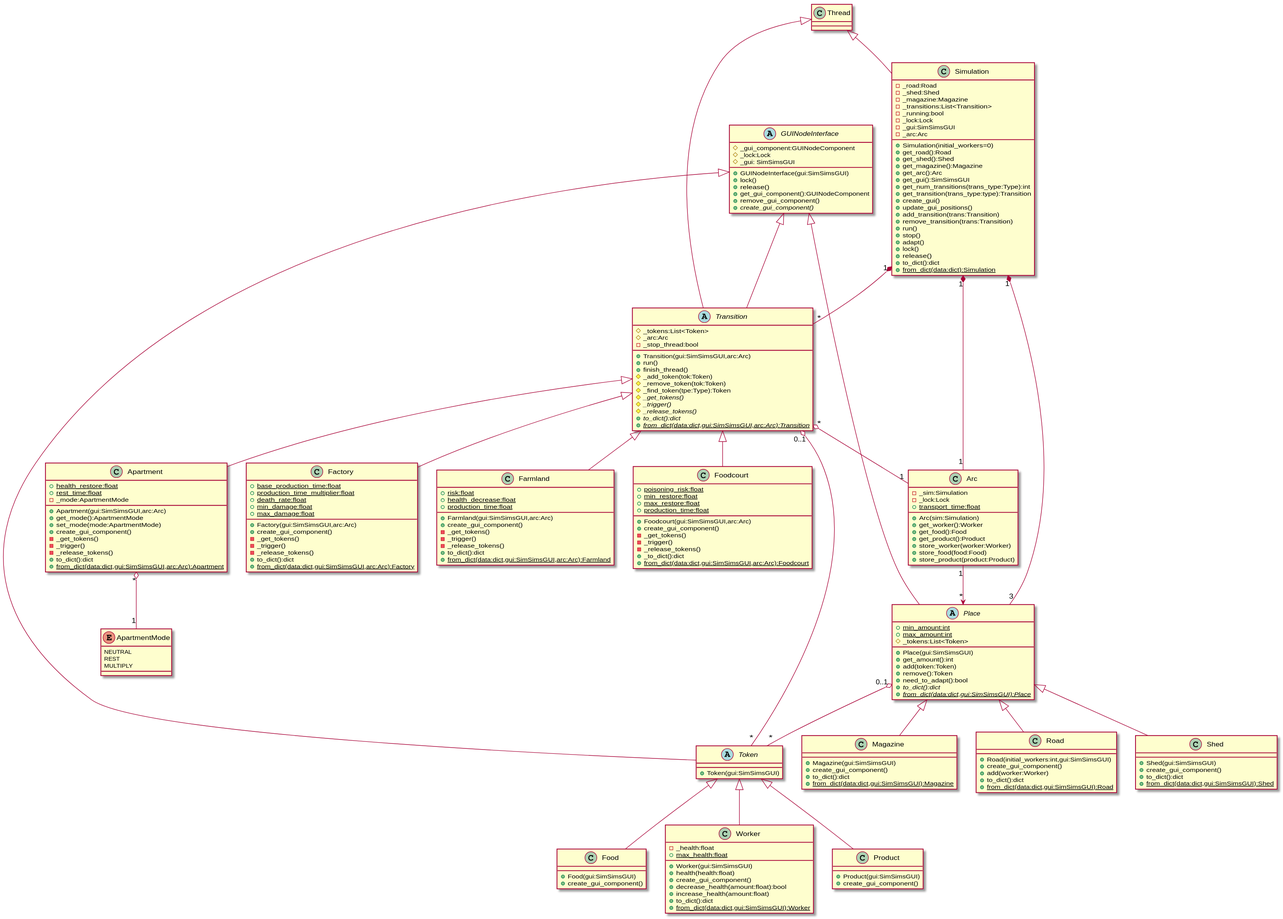
This is OU3/UML/SimSimUML.svg from vigge93-BTH-courses/DV1582-Programmering-fortsattningskurs, a PlantUML export, as it was before one commit.
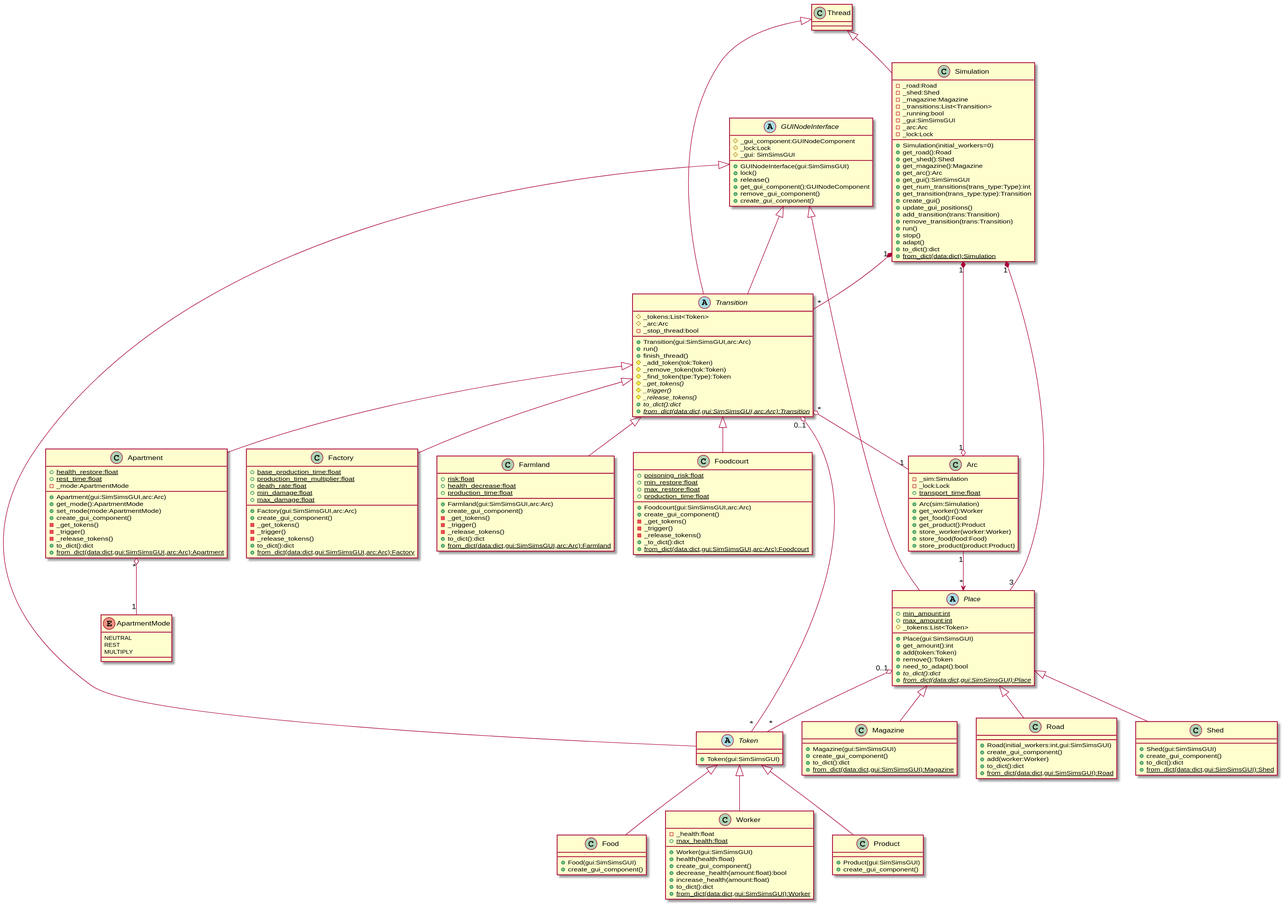
Above is the later version.

The edit, as a diff of the source:
```diff
@@ -27,9 +27,9 @@
 Simulation : - _magazine:Magazine
 Simulation : - _transitions:List<Transition>
 Simulation : - _running:bool
-Simulation : - _lock:Lock
 Simulation : - _gui:SimSimsGUI
 Simulation : - _arc:Arc
+Simulation : - _lock:Lock
 Simulation : + Simulation(initial_workers=0)
 Simulation : + get_road():Road
 Simulation : + get_shed():Shed
@@ -45,8 +45,6 @@
 Simulation : + run()
 Simulation : + stop()
 Simulation : + adapt()
-Simulation : + lock()
-Simulation : + release()
 Simulation : + to_dict():dict
 Simulation : {static} + from_dict(data:dict):Simulation
 
@@ -204,7 +202,7 @@
 
 Simulation "1" *-- "*" Transition
 Simulation "1" *-- "3" Place
-Simulation "1" *-- "1" Arc
+Simulation "1" *--o "1" Arc
 
 Transition "0..1" o-- "*" Token
 Place "0..1" o-- "*" Token
```
